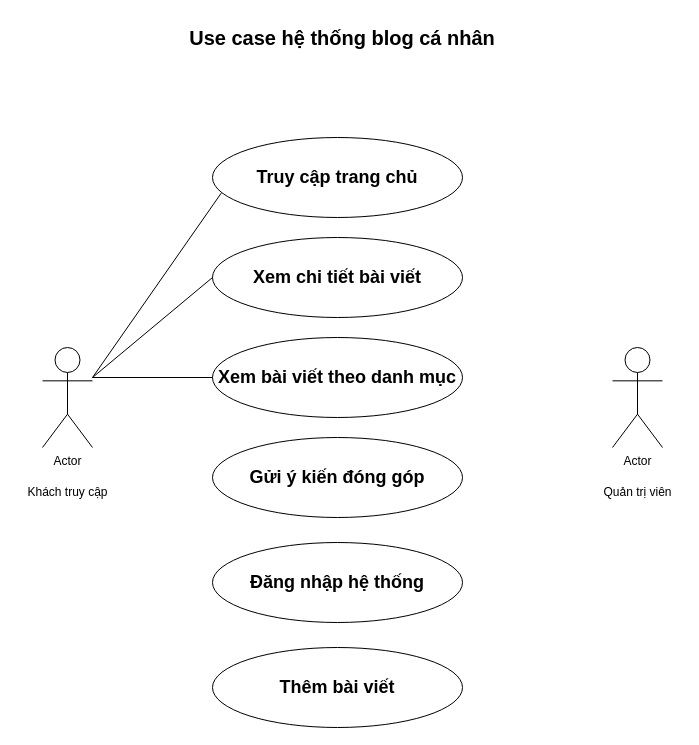
minhtienth15/mynote keeps this draw.io diagram as Biểu đồ không có tiêu đề.drawio. Above is the earlier version. Source tidied: cells renumbered, new cells numbered last; positions are measured from the earlier drawing's top-left corner, leaving out a move shared by most shapes. Both pictures are drawn from the tidied source at 100%, with x=0, y=0 at pixel (17, 17).
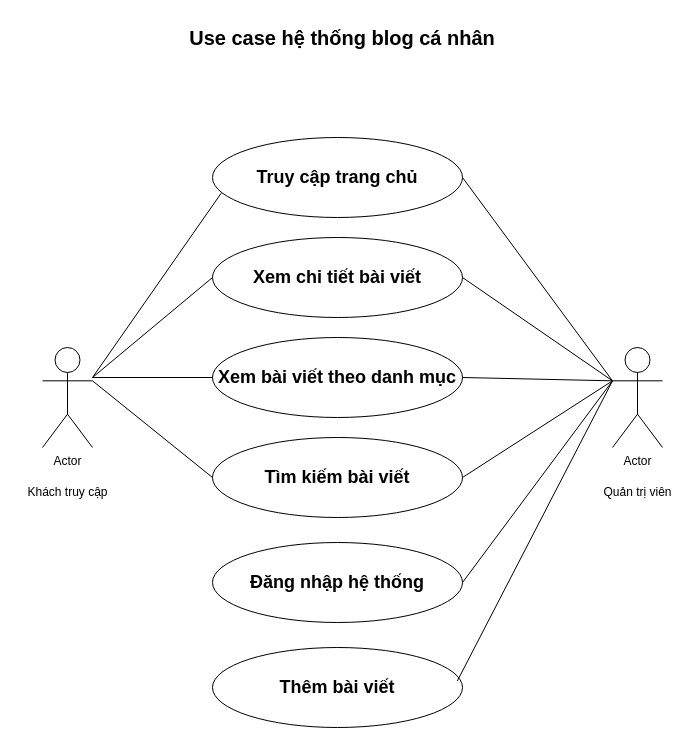
Above is the later version.

Commit message:
Cập nhật Biểu đồ không có tiêu đề.drawio

Unchanged cells that the change refers to:
```xml
<mxCell id="2" value="Actor" style="shape=umlActor;verticalLabelPosition=bottom;verticalAlign=top;html=1;outlineConnect=0;" parent="1" vertex="1">
  <mxGeometry x="25" y="330" width="50" height="100" as="geometry" />
</mxCell>
<mxCell id="3" value="&lt;h2&gt;Truy cập trang chủ&lt;/h2&gt;" style="ellipse;whiteSpace=wrap;html=1;" parent="1" vertex="1">
  <mxGeometry x="195" y="120" width="250" height="80" as="geometry" />
</mxCell>
<mxCell id="4" value="&lt;h2&gt;Xem chi tiết bài viết&lt;/h2&gt;" style="ellipse;whiteSpace=wrap;html=1;" parent="1" vertex="1">
  <mxGeometry x="195" y="220" width="250" height="80" as="geometry" />
</mxCell>
<mxCell id="5" value="&lt;h2&gt;Xem bài viết theo danh mục&lt;/h2&gt;" style="ellipse;whiteSpace=wrap;html=1;" parent="1" vertex="1">
  <mxGeometry x="195" y="320" width="250" height="80" as="geometry" />
</mxCell>
<mxCell id="6" value="&lt;h2&gt;Đăng nhập hệ thống&lt;/h2&gt;" style="ellipse;whiteSpace=wrap;html=1;" parent="1" vertex="1">
  <mxGeometry x="195" y="525" width="250" height="80" as="geometry" />
</mxCell>
<mxCell id="7" value="&lt;h2&gt;Thêm bài viết&lt;/h2&gt;" style="ellipse;whiteSpace=wrap;html=1;" parent="1" vertex="1">
  <mxGeometry x="195" y="630" width="250" height="80" as="geometry" />
</mxCell>
<mxCell id="9" value="Actor" style="shape=umlActor;verticalLabelPosition=bottom;verticalAlign=top;html=1;outlineConnect=0;" parent="1" vertex="1">
  <mxGeometry x="595" y="330" width="50" height="100" as="geometry" />
</mxCell>
```

Diff of the diagram source:
```diff
@@
-    <mxCell id="15" value="&lt;h2&gt;Gửi ý kiến đóng góp&lt;/h2&gt;" style="ellipse;whiteSpace=wrap;html=1;" parent="1" vertex="1">
+    <mxCell id="15" value="&lt;h2&gt;Tìm kiếm bài viết&lt;/h2&gt;" style="ellipse;whiteSpace=wrap;html=1;" parent="1" vertex="1">
       <mxGeometry x="195" y="420" width="250" height="80" as="geometry" />
     </mxCell>
+    <mxCell id="16" style="endArrow=none;html=1;rounded=0;exitX=1;exitY=0.3333333333333333;exitDx=0;exitDy=0;exitPerimeter=0;entryX=0;entryY=0.5;entryDx=0;entryDy=0;" parent="1" edge="1" source="2" target="15">
+      <mxGeometry relative="1" as="geometry" />
+    </mxCell>
+    <mxCell id="17" style="endArrow=none;html=1;rounded=0;entryX=0;entryY=0.3333333333333333;entryDx=0;entryDy=0;entryPerimeter=0;exitX=1;exitY=0.5;exitDx=0;exitDy=0;" parent="1" edge="1" source="3" target="9">
+      <mxGeometry relative="1" as="geometry" />
+    </mxCell>
+    <mxCell id="18" style="endArrow=none;html=1;rounded=0;entryX=0;entryY=0.3333333333333333;entryDx=0;entryDy=0;entryPerimeter=0;exitX=1;exitY=0.5;exitDx=0;exitDy=0;" parent="1" edge="1" source="4" target="9">
+      <mxGeometry relative="1" as="geometry" />
+    </mxCell>
+    <mxCell id="19" style="endArrow=none;html=1;rounded=0;exitX=1;exitY=0.5;exitDx=0;exitDy=0;entryX=0;entryY=0.3333333333333333;entryDx=0;entryDy=0;entryPerimeter=0;" parent="1" edge="1" source="5" target="9">
+      <mxGeometry relative="1" as="geometry" />
+    </mxCell>
+    <mxCell id="20" style="endArrow=none;html=1;rounded=0;entryX=0;entryY=0.3333333333333333;entryDx=0;entryDy=0;entryPerimeter=0;exitX=1;exitY=0.5;exitDx=0;exitDy=0;" parent="1" edge="1" source="15" target="9">
+      <mxGeometry relative="1" as="geometry" />
+    </mxCell>
+    <mxCell id="21" style="endArrow=none;html=1;rounded=0;exitX=1;exitY=0.5;exitDx=0;exitDy=0;entryX=0;entryY=0.3333333333333333;entryDx=0;entryDy=0;entryPerimeter=0;" parent="1" edge="1" source="6" target="9">
+      <mxGeometry relative="1" as="geometry" />
+    </mxCell>
+    <mxCell id="22" style="endArrow=none;html=1;rounded=0;entryX=0;entryY=0.3333333333333333;entryDx=0;entryDy=0;entryPerimeter=0;exitX=0.979;exitY=0.42;exitDx=0;exitDy=0;exitPerimeter=0;" parent="1" edge="1" source="7" target="9">
+      <mxGeometry relative="1" as="geometry" />
+    </mxCell>
```
